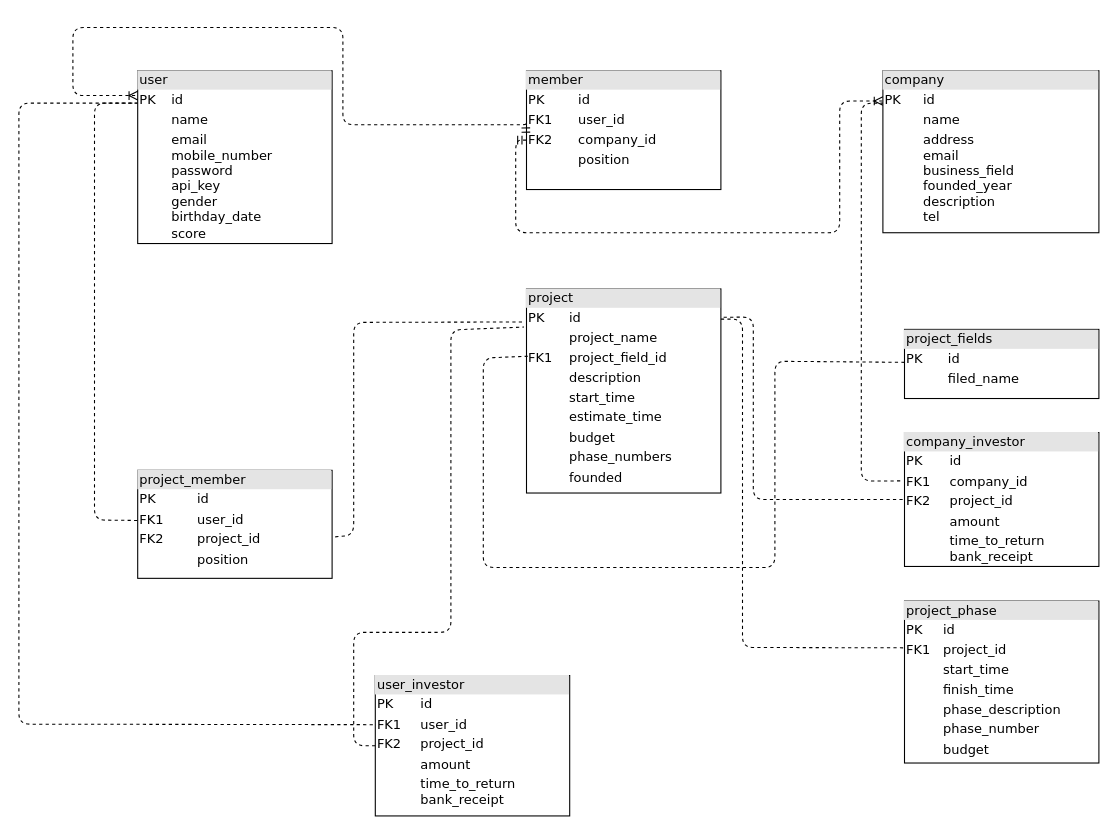
The draw.io diagram database_diagram.drawio in ehsan1222/hamyiar, before the edit. Source tidied: cells renumbered, new cells numbered last; positions are measured from the earlier drawing's top-left corner, leaving out a move shared by most shapes. Both pictures are drawn from the tidied source at 108%, with x=0, y=0 at pixel (18, 27).
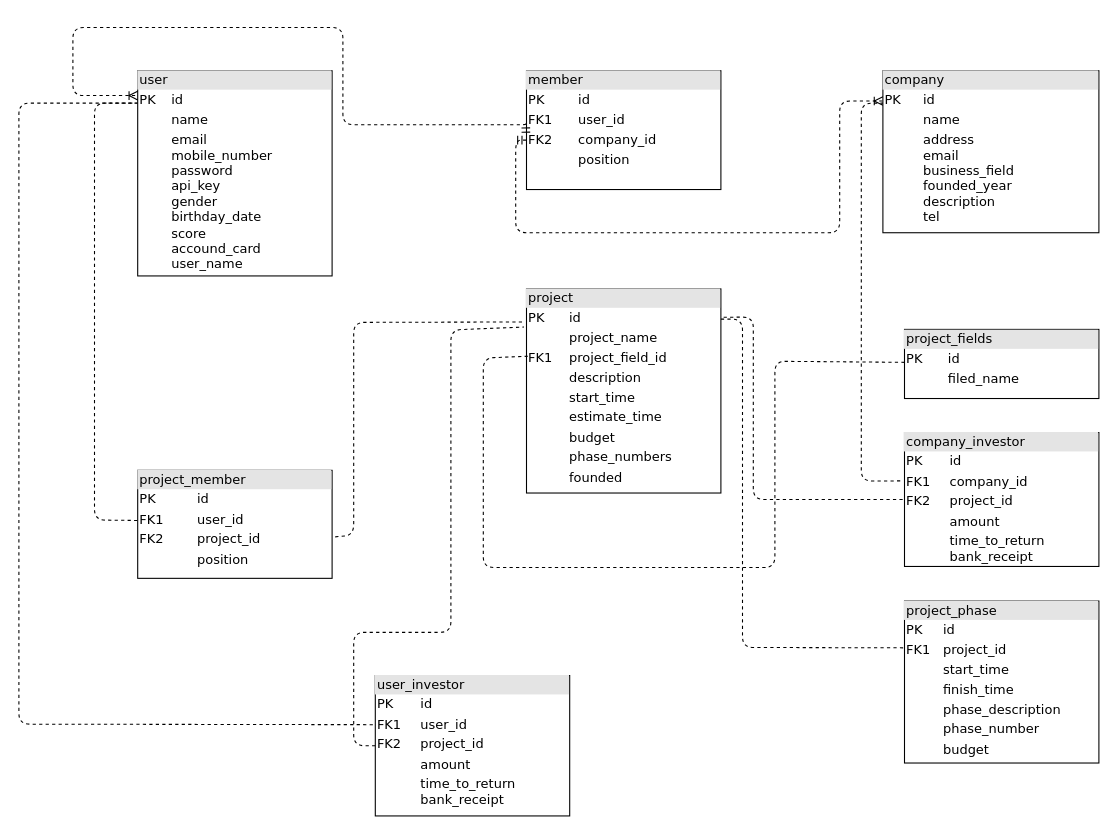
The same diagram, later.

The edit, as a diff of the source:
```diff
@@
-    <mxCell id="7" value="&lt;div style=&quot;box-sizing: border-box ; width: 100% ; background: #e4e4e4 ; padding: 2px&quot;&gt;user&lt;/div&gt;&lt;table style=&quot;width: 100% ; font-size: 1em&quot; cellpadding=&quot;2&quot; cellspacing=&quot;0&quot;&gt;&lt;tbody&gt;&lt;tr&gt;&lt;td&gt;PK&lt;/td&gt;&lt;td&gt;id&lt;/td&gt;&lt;/tr&gt;&lt;tr&gt;&lt;td&gt;&lt;br&gt;&lt;/td&gt;&lt;td&gt;name&lt;/td&gt;&lt;/tr&gt;&lt;tr&gt;&lt;td&gt;&lt;/td&gt;&lt;td&gt;email&lt;br&gt;mobile_number&lt;br&gt;password&lt;br&gt;api_key&lt;br&gt;gender&lt;br&gt;birthday_date&lt;br&gt;score&lt;br&gt;&lt;br&gt;&lt;/td&gt;&lt;/tr&gt;&lt;/tbody&gt;&lt;/table&gt;" style="verticalAlign=top;align=left;overflow=fill;html=1;rounded=0;shadow=0;comic=0;labelBackgroundColor=none;strokeColor=#000000;strokeWidth=1;fillColor=#ffffff;fontFamily=Verdana;fontSize=12;fontColor=#000000;" parent="1" vertex="1">
-      <mxGeometry x="110" y="40" width="180" height="160" as="geometry" />
+    <mxCell id="7" value="&lt;div style=&quot;box-sizing: border-box ; width: 100% ; background: #e4e4e4 ; padding: 2px&quot;&gt;user&lt;/div&gt;&lt;table style=&quot;width: 100% ; font-size: 1em&quot; cellpadding=&quot;2&quot; cellspacing=&quot;0&quot;&gt;&lt;tbody&gt;&lt;tr&gt;&lt;td&gt;PK&lt;/td&gt;&lt;td&gt;id&lt;/td&gt;&lt;/tr&gt;&lt;tr&gt;&lt;td&gt;&lt;br&gt;&lt;/td&gt;&lt;td&gt;name&lt;/td&gt;&lt;/tr&gt;&lt;tr&gt;&lt;td&gt;&lt;/td&gt;&lt;td&gt;email&lt;br&gt;mobile_number&lt;br&gt;password&lt;br&gt;api_key&lt;br&gt;gender&lt;br&gt;birthday_date&lt;br&gt;score&lt;br&gt;accound_card&lt;br&gt;user_name&lt;br&gt;&lt;br&gt;&lt;/td&gt;&lt;/tr&gt;&lt;/tbody&gt;&lt;/table&gt;" style="verticalAlign=top;align=left;overflow=fill;html=1;rounded=0;shadow=0;comic=0;labelBackgroundColor=none;strokeColor=#000000;strokeWidth=1;fillColor=#ffffff;fontFamily=Verdana;fontSize=12;fontColor=#000000;" parent="1" vertex="1">
+      <mxGeometry x="110" y="40" width="180" height="190" as="geometry" />
     </mxCell>
```
